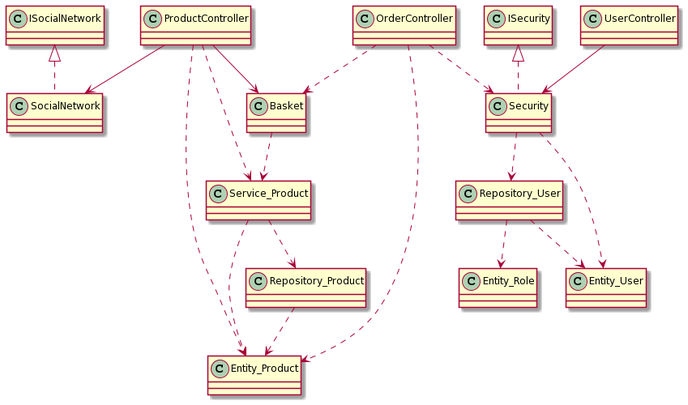
Before: docs/controllers.png, a diagram exported from PlantUML (fedorkolmykow/framework-not-mine-).
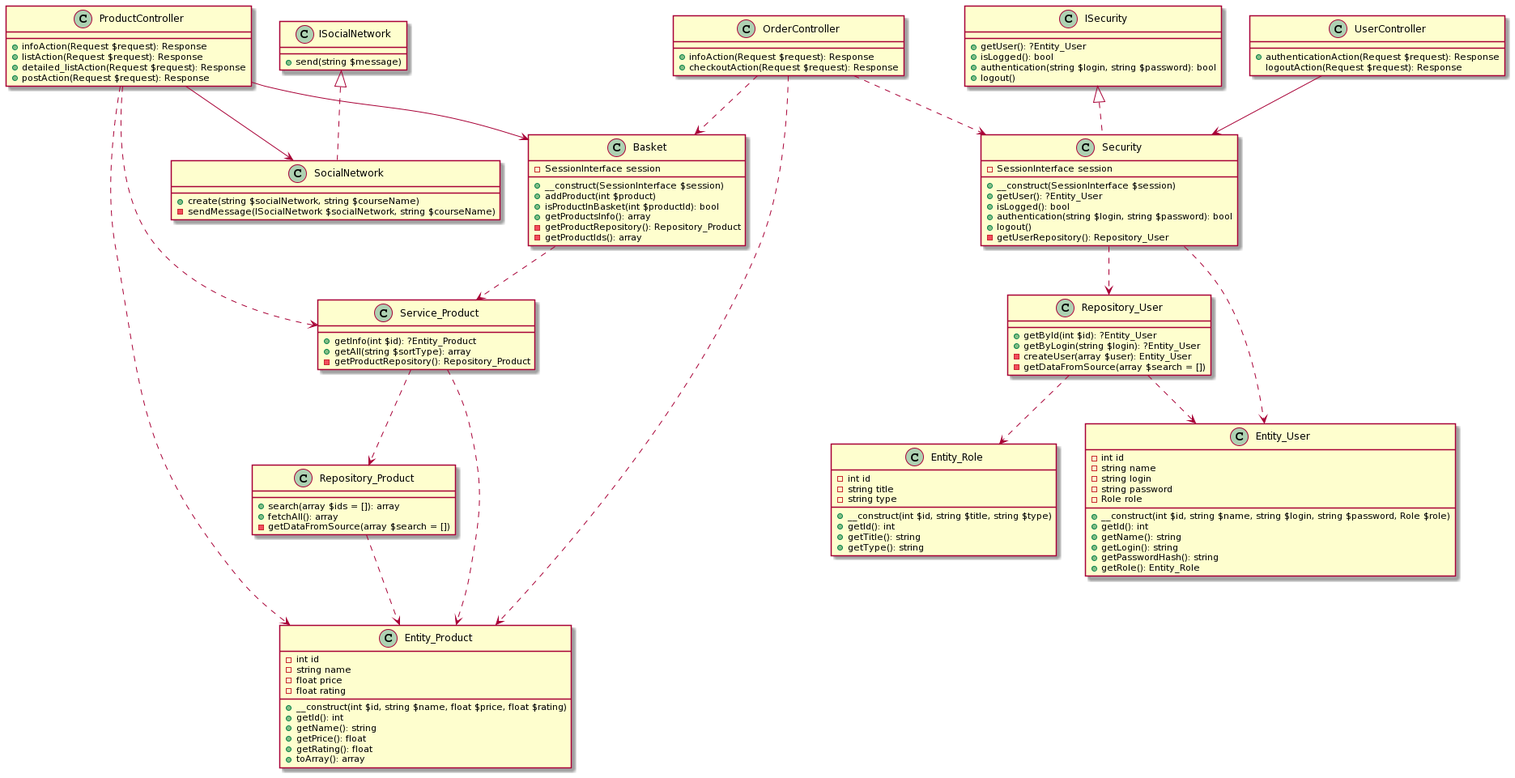
Later version of the same file.

The edit, as a diff of the source:
```diff
@@ -1,4 +1,99 @@
 @startuml
+class Service_Product{
++ getInfo(int $id): ?Entity_Product
++ getAll(string $sortType): array
+- getProductRepository(): Repository_Product
+}
+class Basket{
+- SessionInterface session
++ __construct(SessionInterface $session)
++ addProduct(int $product)
++ isProductInBasket(int $productId): bool
++ getProductsInfo(): array
+- getProductRepository(): Repository_Product
+- getProductIds(): array
+}
+class Security{
+- SessionInterface session
++ __construct(SessionInterface $session)
++ getUser(): ?Entity_User
++ isLogged(): bool
++ authentication(string $login, string $password): bool
++ logout()
+- getUserRepository(): Repository_User
+}
+class ISecurity{
++ getUser(): ?Entity_User
++ isLogged(): bool
++ authentication(string $login, string $password): bool
++ logout()
+}
+class SocialNetwork{
++ create(string $socialNetwork, string $courseName)
+- sendMessage(ISocialNetwork $socialNetwork, string $courseName)
+}
+class ISocialNetwork{
++ send(string $message)
+}
+class ProductController {
++ infoAction(Request $request): Response
++ listAction(Request $request): Response
++ detailed_listAction(Request $request): Response
++ postAction(Request $request): Response
+}
+class OrderController {
++ infoAction(Request $request): Response
++ checkoutAction(Request $request): Response
+}
+class UserController {
++ authenticationAction(Request $request): Response
+logoutAction(Request $request): Response
+}
+class Repository_User{
++ getById(int $id): ?Entity_User
++ getByLogin(string $login): ?Entity_User
+- createUser(array $user): Entity_User
+- getDataFromSource(array $search = [])
+}
+class Repository_Product{
++ search(array $ids = []): array
++ fetchAll(): array
+- getDataFromSource(array $search = [])
+}
+class Entity_Product{
+- int id
+- string name
+- float price
+- float rating
++ __construct(int $id, string $name, float $price, float $rating)
++ getId(): int
++ getName(): string
++ getPrice(): float
++ getRating(): float
++ toArray(): array
+}
+class Entity_User{
+- int id
+- string name
+- string login
+- string password
+- Role role
++ __construct(int $id, string $name, string $login, string $password, Role $role)
++ getId(): int
++ getName(): string
++ getLogin(): string
++ getPasswordHash(): string
++ getRole(): Entity_Role
+}
+class Entity_Role{
+- int id
+- string title
+- string type
++ __construct(int $id, string $title, string $type)
++ getId(): int
++ getTitle(): string
++ getType(): string
+}
 ISocialNetwork <|.. SocialNetwork
 ProductController --> Basket
 ProductController ..> Service_Product
```
